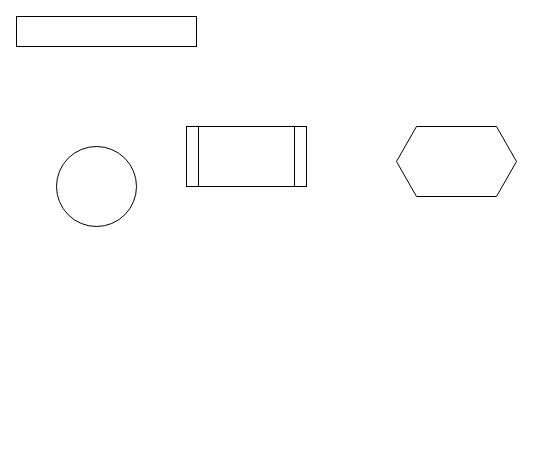
Above: images/Untitled Diagram.drawio in qingqingzijin-xty/hello-world (draw.io), before the change. Source tidied: cells renumbered, new cells numbered last; positions are measured from the earlier drawing's top-left corner, leaving out a move shared by most shapes. Both pictures are drawn from the tidied source at 100%, with x=0, y=0 at pixel (16, 16).
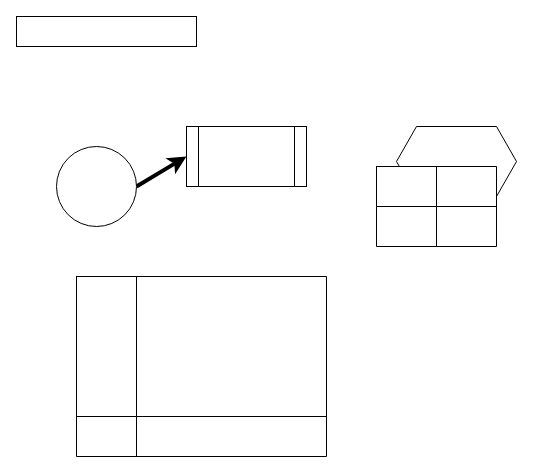
The same page after the edit.

Unchanged cells that the change refers to:
```xml
<mxCell id="3" style="shape=process;whiteSpace=wrap;html=1;backgroundOutline=1;" parent="1" vertex="1">
  <mxGeometry x="170" y="110" width="120" height="60" as="geometry" />
</mxCell>
<mxCell id="4" style="ellipse;whiteSpace=wrap;html=1;" parent="1" vertex="1">
  <mxGeometry x="40" y="130" width="80" height="80" as="geometry" />
</mxCell>
```

The edit, as a diff of the source:
```diff
@@
+    <mxCell id="6" style="edgeStyle=none;rounded=0;jettySize=auto;html=1;exitX=1;exitY=0.5;exitDx=0;exitDy=0;entryX=0;entryY=0.5;entryDx=0;entryDy=0;strokeWidth=4;endArrow=classic;endFill=1;" parent="1" edge="1" source="4" target="3">
+      <mxGeometry relative="1" as="geometry" />
+    </mxCell>
@@
+    <mxCell id="7" style="shape=table;html=1;whiteSpace=wrap;startSize=0;childLayout=tableLayout;" parent="1" vertex="1">
+      <mxGeometry x="360" y="150" width="120" height="80" as="geometry" />
+    </mxCell>
+    <mxCell id="8" style="shape=partialRectangle;html=1;whiteSpace=wrap;fillColor=none;top=0;left=0;bottom=0;right=0;" parent="7" vertex="1">
+      <mxGeometry width="120" height="40" as="geometry" />
+    </mxCell>
+    <mxCell id="9" style="shape=partialRectangle;html=1;whiteSpace=wrap;overflow=hidden;fillColor=none;top=0;left=0;bottom=0;right=0;" parent="8" vertex="1">
+      <mxGeometry width="60" height="40" as="geometry" />
+    </mxCell>
+    <mxCell id="10" style="shape=partialRectangle;html=1;whiteSpace=wrap;overflow=hidden;fillColor=none;top=0;left=0;bottom=0;right=0;" parent="8" vertex="1">
+      <mxGeometry x="60" width="60" height="40" as="geometry" />
+    </mxCell>
+    <mxCell id="11" style="shape=partialRectangle;html=1;whiteSpace=wrap;fillColor=none;top=0;left=0;bottom=0;right=0;" parent="7" vertex="1">
+      <mxGeometry y="40" width="120" height="40" as="geometry" />
+    </mxCell>
+    <mxCell id="12" style="shape=partialRectangle;html=1;whiteSpace=wrap;overflow=hidden;fillColor=none;top=0;left=0;bottom=0;right=0;" parent="11" vertex="1">
+      <mxGeometry width="60" height="40" as="geometry" />
+    </mxCell>
+    <mxCell id="13" style="shape=partialRectangle;html=1;whiteSpace=wrap;overflow=hidden;fillColor=none;top=0;left=0;bottom=0;right=0;" parent="11" vertex="1">
+      <mxGeometry x="60" width="60" height="40" as="geometry" />
+    </mxCell>
+    <mxCell id="14" style="shape=table;html=1;whiteSpace=wrap;startSize=0;childLayout=tableLayout;" parent="1" vertex="1">
+      <mxGeometry x="60" y="260" width="250" height="180" as="geometry" />
+    </mxCell>
+    <mxCell id="15" style="shape=partialRectangle;html=1;whiteSpace=wrap;fillColor=none;top=0;left=0;bottom=0;right=0;" parent="14" vertex="1">
+      <mxGeometry width="250" height="140" as="geometry" />
+    </mxCell>
+    <mxCell id="16" style="shape=partialRectangle;html=1;whiteSpace=wrap;overflow=hidden;fillColor=none;top=0;left=0;bottom=0;right=0;" parent="15" vertex="1">
+      <mxGeometry width="60" height="140" as="geometry" />
+    </mxCell>
+    <mxCell id="17" style="shape=partialRectangle;html=1;whiteSpace=wrap;overflow=hidden;fillColor=none;top=0;left=0;bottom=0;right=0;" parent="15" vertex="1">
+      <mxGeometry x="60" width="190" height="140" as="geometry" />
+    </mxCell>
+    <mxCell id="18" style="shape=partialRectangle;html=1;whiteSpace=wrap;fillColor=none;top=0;left=0;bottom=0;right=0;" parent="14" vertex="1">
+      <mxGeometry y="140" width="250" height="40" as="geometry" />
+    </mxCell>
+    <mxCell id="19" style="shape=partialRectangle;html=1;whiteSpace=wrap;overflow=hidden;fillColor=none;top=0;left=0;bottom=0;right=0;" parent="18" vertex="1">
+      <mxGeometry width="60" height="40" as="geometry" />
+    </mxCell>
+    <mxCell id="20" style="shape=partialRectangle;html=1;whiteSpace=wrap;overflow=hidden;fillColor=none;top=0;left=0;bottom=0;right=0;" parent="18" vertex="1">
+      <mxGeometry x="60" width="190" height="40" as="geometry" />
+    </mxCell>
```
